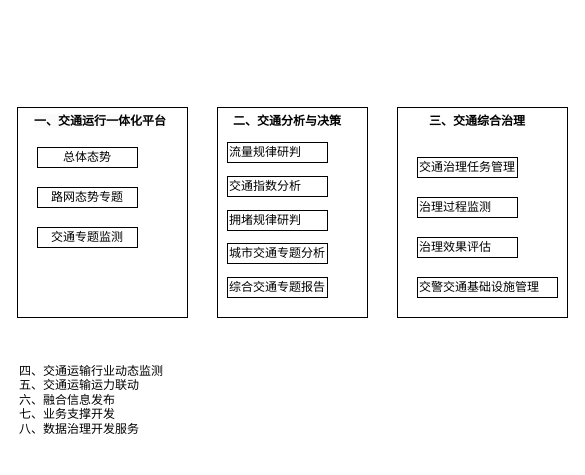
Earlier version of the draw.io diagram page "总体" (1 of 2) of 长春智慧交通一体化系统.drawio (bj-ehualu/drawio). Source tidied: cells renumbered, new cells numbered last; positions are measured from the earlier drawing's top-left corner, leaving out a move shared by most shapes. Both pictures are drawn from the tidied source at 100%, with x=0, y=0 at pixel (17, 107).
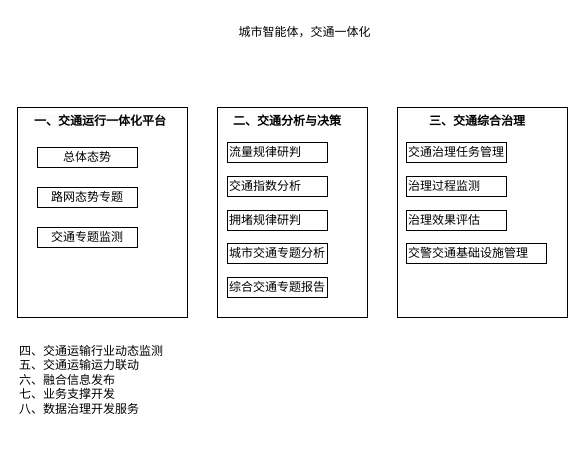
The same page after the edit.

Commit message (it also covers changes not shown here):
更新长春智慧交通一体化系统.drawio

Diff of the diagram source:
```diff
@@
     <mxCell id="16" value="交通治理任务管理" style="text;whiteSpace=wrap;strokeColor=default;verticalAlign=middle;" parent="1" vertex="1">
-      <mxGeometry x="400" y="50" width="100" height="20" as="geometry" />
+      <mxGeometry x="389" y="35" width="100" height="20" as="geometry" />
     </mxCell>
     <mxCell id="17" value="治理过程监测" style="text;whiteSpace=wrap;strokeColor=default;verticalAlign=middle;" parent="1" vertex="1">
-      <mxGeometry x="400" y="90" width="100" height="20" as="geometry" />
+      <mxGeometry x="389" y="69" width="100" height="20" as="geometry" />
     </mxCell>
     <mxCell id="18" value="治理效果评估" style="text;whiteSpace=wrap;strokeColor=default;verticalAlign=middle;" parent="1" vertex="1">
-      <mxGeometry x="400" y="130" width="100" height="20" as="geometry" />
+      <mxGeometry x="389" y="103" width="100" height="20" as="geometry" />
     </mxCell>
     <mxCell id="19" value="交警交通基础设施管理" style="text;whiteSpace=wrap;strokeColor=default;verticalAlign=middle;" parent="1" vertex="1">
-      <mxGeometry x="400" y="170" width="140" height="20" as="geometry" />
+      <mxGeometry x="389" y="136" width="140" height="20" as="geometry" />
     </mxCell>
     <mxCell id="20" value="四、交通运输行业动态监测                &#10;五、交通运输运力联动                &#10;六、融合信息发布        &#10;七、业务支撑开发            &#10;八、数据治理开发服务" style="text;whiteSpace=wrap;" parent="1" vertex="1">
-      <mxGeometry y="250" width="230" height="100" as="geometry" />
+      <mxGeometry y="230" width="230" height="100" as="geometry" />
     </mxCell>
+    <mxCell id="21" value="城市智能体，交通一体化" style="text;html=1;align=center;verticalAlign=middle;whiteSpace=wrap;rounded=0;" parent="1" vertex="1">
+      <mxGeometry x="200" y="-90" width="175" height="30" as="geometry" />
+    </mxCell>
```
